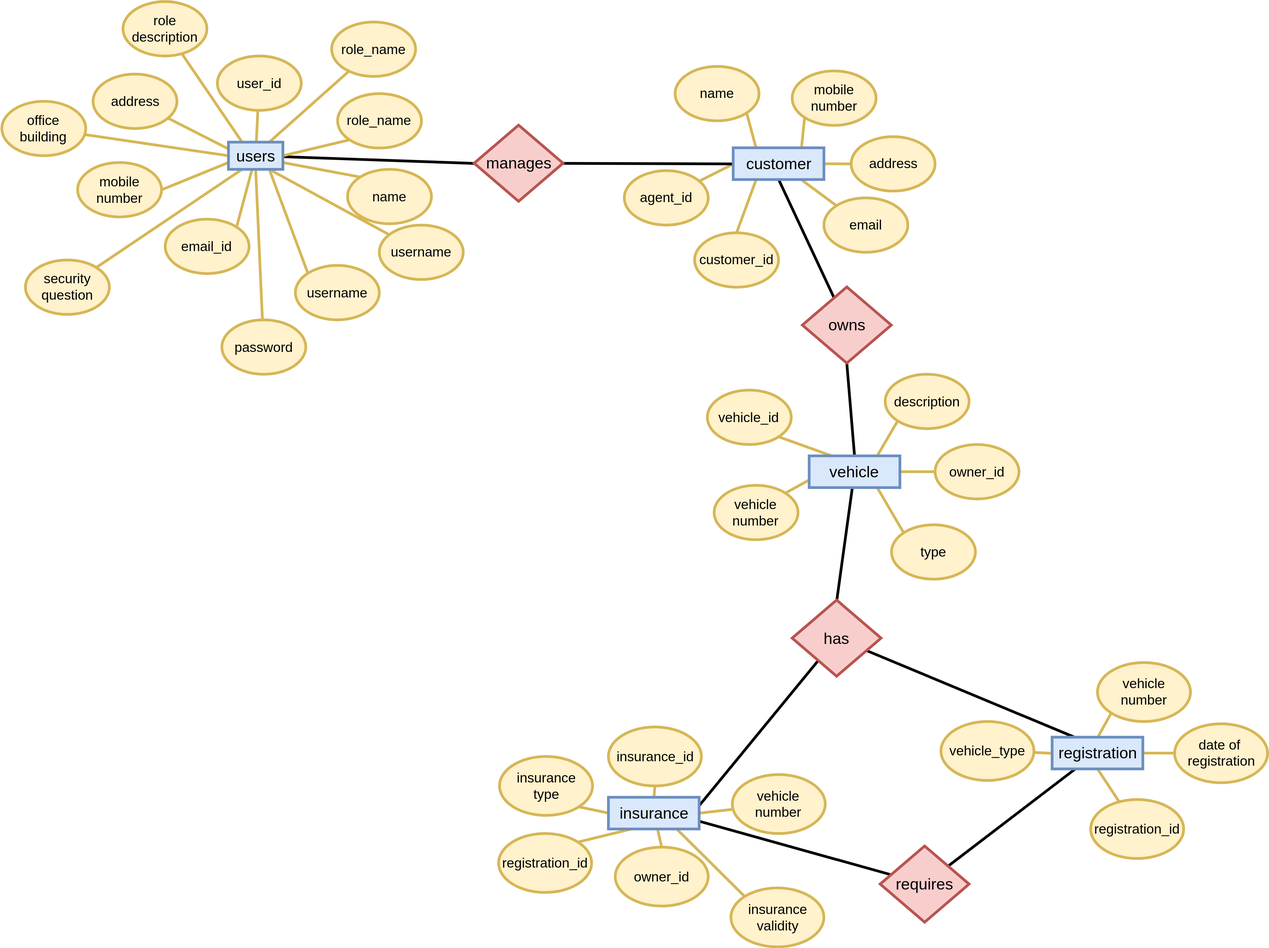
Above: Draw-Files/Redundant-Entity-Relationship.svg in Gituser143/DBMS-Project (draw.io), before the change. Source tidied: cells renumbered, new cells last; positions are measured from the earlier drawing's top-left corner, leaving out a move shared by most shapes.
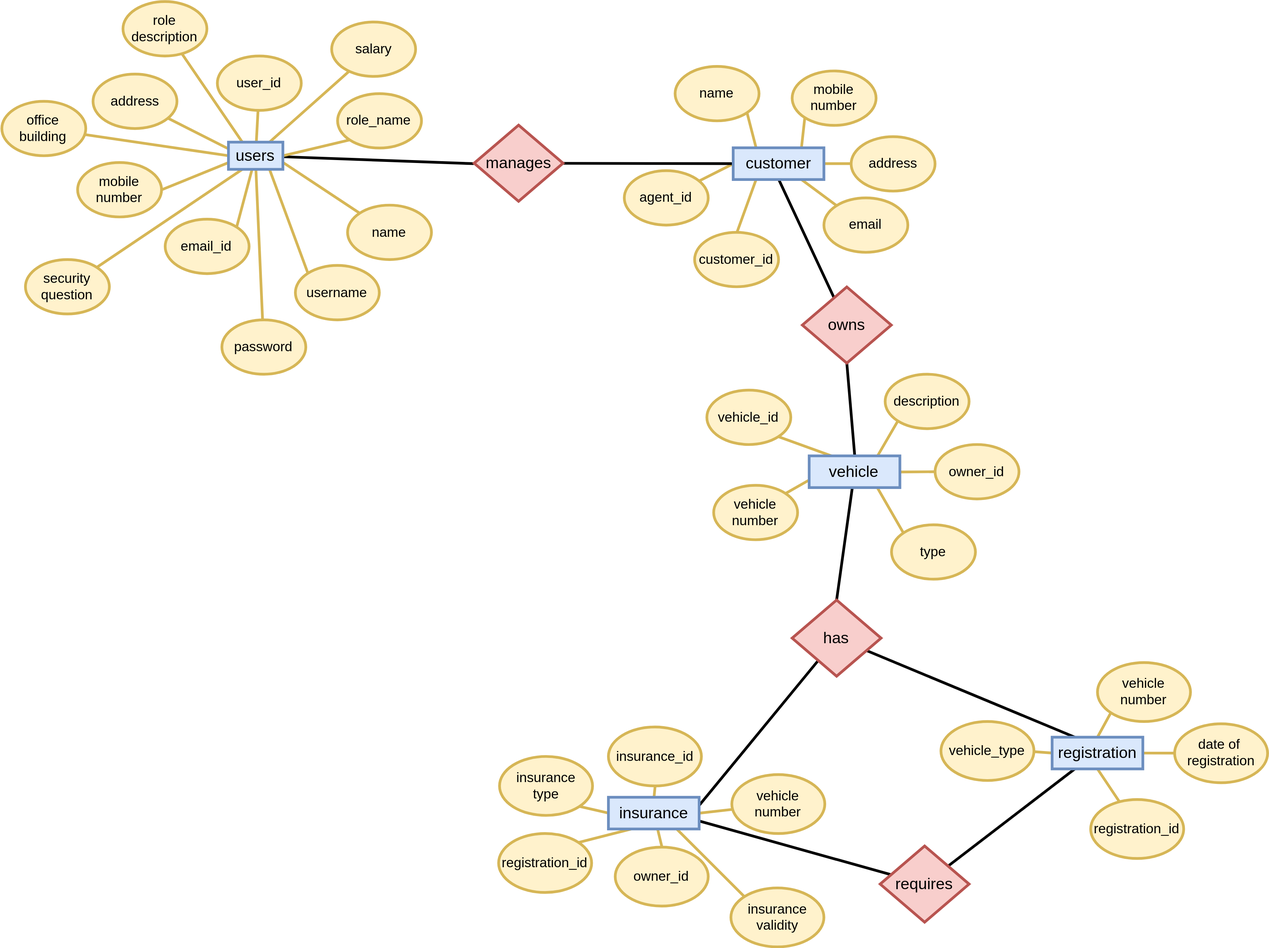
Later version of the same file.

Commit message:
Added salary entity to diagrams

Diff of the diagram source:
```diff
@@ -48,7 +48,7 @@
       <mxGeometry relative="1" as="geometry" />
     </mxCell>
     <mxCell id="17" value="&lt;font style=&quot;font-size: 30px&quot;&gt;name&lt;br&gt;&lt;/font&gt;" style="ellipse;whiteSpace=wrap;html=1;fillColor=#fff2cc;strokeColor=#d6b656;strokeWidth=6;" parent="1" vertex="1">
-      <mxGeometry x="762.5" y="370" width="185" height="120" as="geometry" />
+      <mxGeometry x="762.5" y="449.5" width="185" height="120" as="geometry" />
     </mxCell>
     <mxCell id="18" style="edgeStyle=none;rounded=0;html=1;exitX=0;exitY=1;entryX=1;entryY=0.5;jettySize=auto;endArrow=none;endFill=0;fillColor=#fff2cc;strokeColor=#d6b656;strokeWidth=6;" parent="1" edge="1" source="19" target="82">
       <mxGeometry relative="1" as="geometry" />
@@ -62,12 +62,6 @@
     <mxCell id="21" value="&lt;font style=&quot;font-size: 30px&quot;&gt;user_id&lt;br&gt;&lt;/font&gt;" style="ellipse;whiteSpace=wrap;html=1;fillColor=#fff2cc;strokeColor=#d6b656;strokeWidth=6;" parent="1" vertex="1">
       <mxGeometry x="475" y="120" width="185" height="120" as="geometry" />
     </mxCell>
-    <mxCell id="22" style="edgeStyle=none;rounded=0;html=1;entryX=0.75;entryY=1;endArrow=none;endFill=0;jettySize=auto;fillColor=#fff2cc;strokeColor=#d6b656;strokeWidth=6;" parent="1" edge="1" source="23" target="82">
-      <mxGeometry relative="1" as="geometry" />
-    </mxCell>
-    <mxCell id="23" value="&lt;font style=&quot;font-size: 30px&quot;&gt;username&lt;br&gt;&lt;/font&gt;" style="ellipse;whiteSpace=wrap;html=1;fillColor=#fff2cc;strokeColor=#d6b656;strokeWidth=6;" parent="1" vertex="1">
-      <mxGeometry x="832.5" y="492.5" width="185" height="120" as="geometry" />
-    </mxCell>
     <mxCell id="24" style="edgeStyle=none;rounded=0;html=1;entryX=0.5;entryY=1;jettySize=auto;fillColor=#fff2cc;strokeColor=#d6b656;endArrow=none;endFill=0;strokeWidth=6;" parent="1" edge="1" source="25" target="82">
       <mxGeometry relative="1" as="geometry" />
     </mxCell>
@@ -227,7 +221,7 @@
     <mxCell id="76" style="edgeStyle=none;rounded=0;html=1;entryX=0.75;entryY=0;endArrow=none;endFill=0;jettySize=auto;fillColor=#fff2cc;strokeColor=#d6b656;strokeWidth=6;" parent="1" edge="1" source="77" target="82">
       <mxGeometry relative="1" as="geometry" />
     </mxCell>
-    <mxCell id="77" value="&lt;font style=&quot;font-size: 30px&quot;&gt;role_name&lt;br&gt;&lt;/font&gt;" style="ellipse;whiteSpace=wrap;html=1;fillColor=#fff2cc;strokeColor=#d6b656;strokeWidth=6;" parent="1" vertex="1">
+    <mxCell id="77" value="&lt;font style=&quot;font-size: 30px&quot;&gt;salary&lt;br&gt;&lt;/font&gt;" style="ellipse;whiteSpace=wrap;html=1;fillColor=#fff2cc;strokeColor=#d6b656;strokeWidth=6;" parent="1" vertex="1">
       <mxGeometry x="727.5" y="45" width="185" height="120" as="geometry" />
     </mxCell>
     <mxCell id="78" style="edgeStyle=none;rounded=0;html=1;entryX=0.25;entryY=0;endArrow=none;endFill=0;jettySize=auto;fillColor=#fff2cc;strokeColor=#d6b656;strokeWidth=6;" parent="1" edge="1" source="79" target="82">
```
